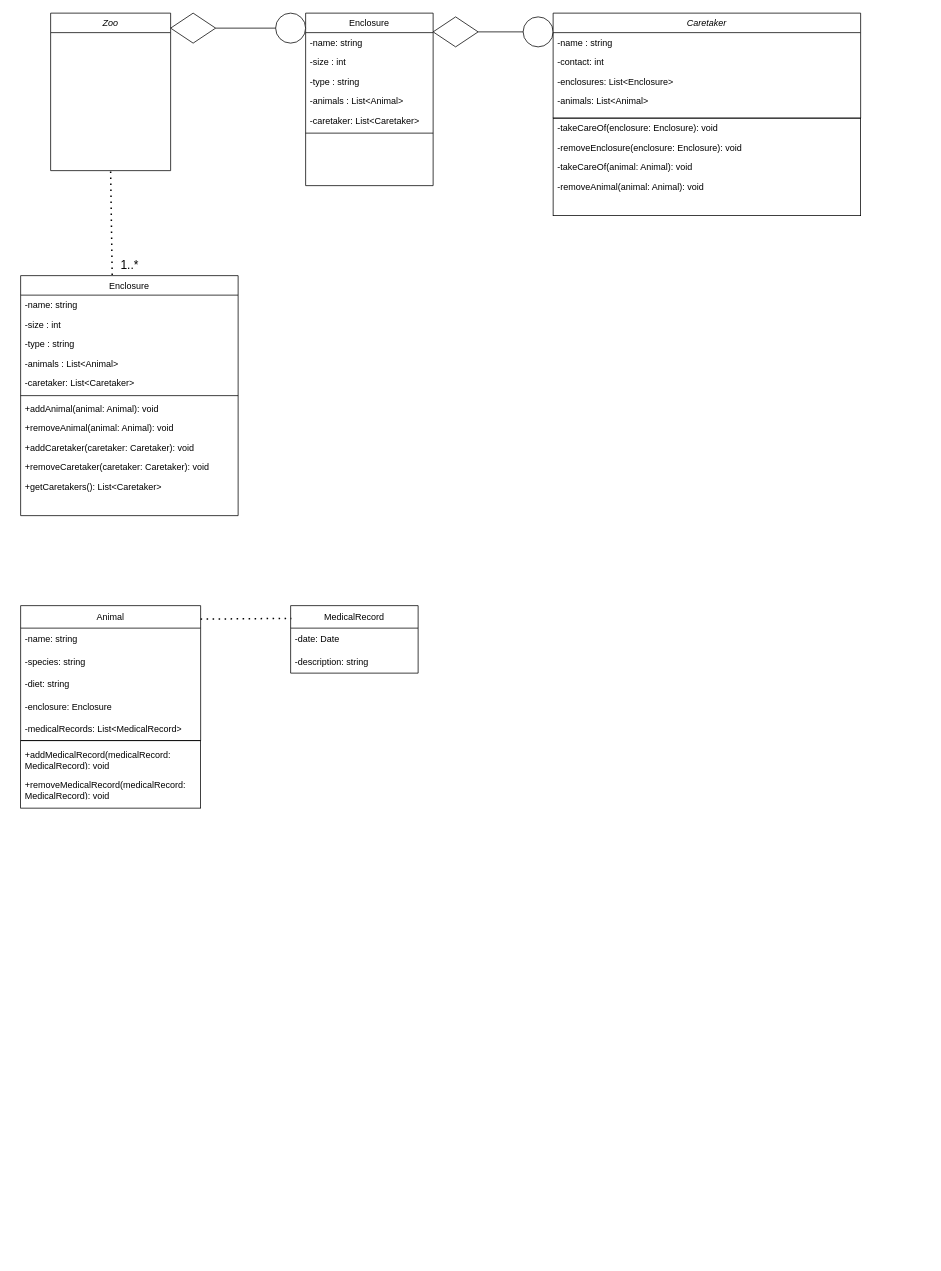
AA961/zoo-managment-oop keeps this draw.io diagram as Untitled Diagram.drawio. Above is the earlier version. Source tidied: cells renumbered, new cells numbered last; positions are measured from the earlier drawing's top-left corner, leaving out a move shared by most shapes. Both pictures are drawn from the tidied source at 75%, with x=0, y=0 at pixel (20, 13).
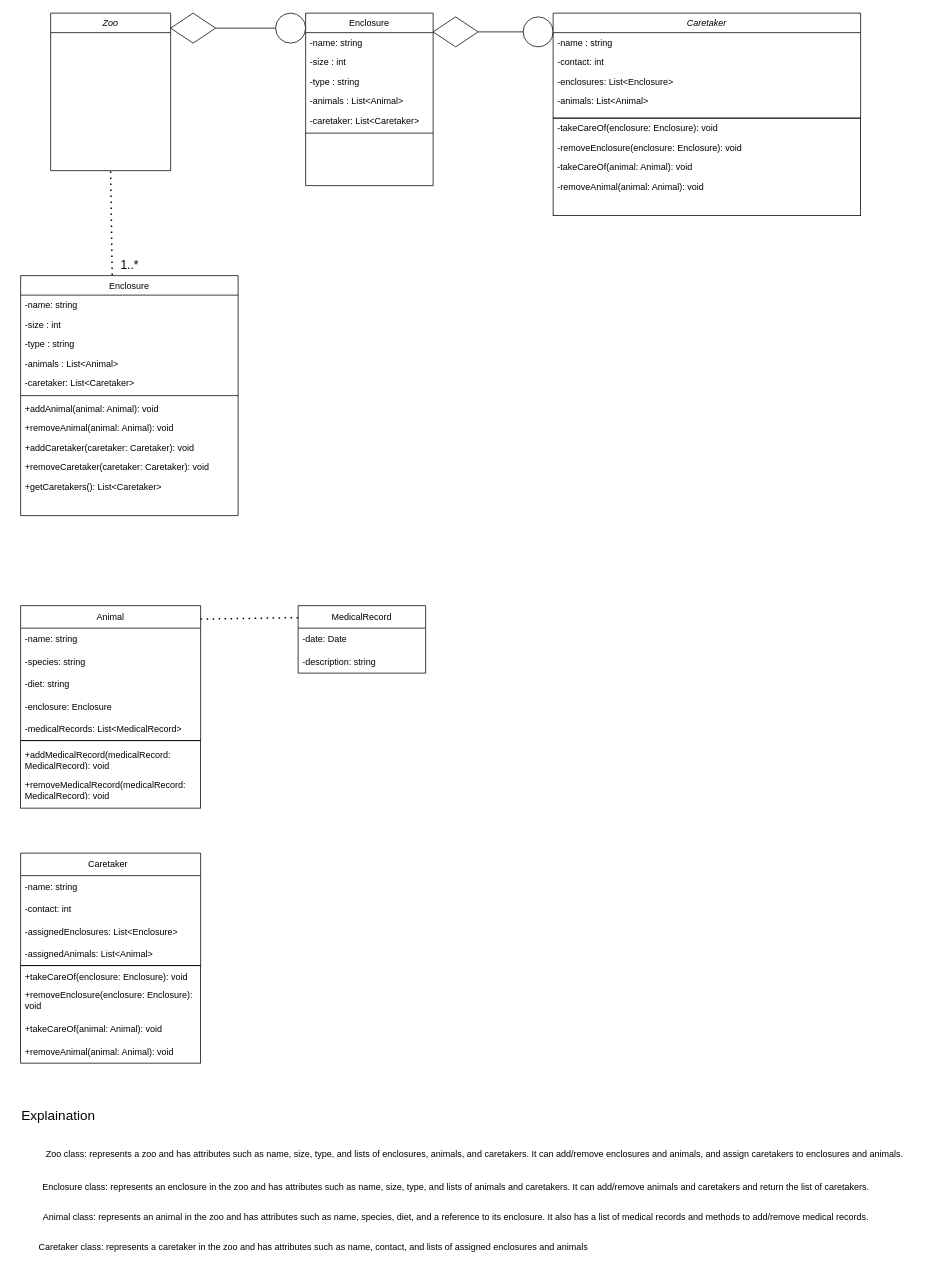
The same page after the edit.

The change refers to these unchanged cells:
```xml
<mxCell id="42" value="Animal" style="swimlane;fontStyle=0;horizontal=1;startSize=30;whiteSpace=wrap;html=1;shadow=0;strokeColor=#000000;fontFamily=Helvetica;fontSize=12;fillColor=none;" parent="1" vertex="1">
  <mxGeometry y="790" width="240" height="180" as="geometry" />
</mxCell>
```

Change to the diagram source:
```diff
@@
-    <mxCell id="48" style="endArrow=none;dashed=1;html=1;dashPattern=1 3;strokeWidth=2;rounded=0;fontFamily=Helvetica;fontSize=12;exitX=1;exitY=0.1;exitDx=0;exitDy=0;entryX=0.006;entryY=0.189;entryDx=0;entryDy=0;exitPerimeter=0;entryPerimeter=0;" parent="1" edge="1" source="42" target="49">
+    <mxCell id="48" style="endArrow=none;dashed=1;html=1;dashPattern=1 3;strokeWidth=2;rounded=0;fontFamily=Helvetica;fontSize=12;exitX=1;exitY=0.1;exitDx=0;exitDy=0;entryX=0.006;entryY=0.178;entryDx=0;entryDy=0;exitPerimeter=0;entryPerimeter=0;" parent="1" edge="1" source="42" target="49">
       <mxGeometry relative="1" as="geometry" />
     </mxCell>
     <mxCell id="49" value="MedicalRecord" style="swimlane;fontStyle=0;horizontal=1;startSize=30;whiteSpace=wrap;html=1;shadow=0;strokeColor=#000000;fontFamily=Helvetica;fontSize=12;fillColor=none;" parent="1" vertex="1">
-      <mxGeometry x="360" y="790" width="170" height="90" as="geometry" />
+      <mxGeometry x="370" y="790" width="170" height="90" as="geometry" />
     </mxCell>
@@
+    <mxCell id="55" value="Caretaker&amp;nbsp;&amp;nbsp; " style="swimlane;fontStyle=0;horizontal=1;startSize=30;whiteSpace=wrap;html=1;shadow=0;strokeColor=#000000;fontFamily=Helvetica;fontSize=12;fillColor=none;" parent="1" vertex="1">
+      <mxGeometry y="1120" width="240" height="150" as="geometry" />
+    </mxCell>
+    <mxCell id="56" value="-name: string" style="text;strokeColor=none;fillColor=none;align=left;verticalAlign=middle;spacingLeft=4;spacingRight=4;overflow=hidden;whiteSpace=wrap;html=1;fontSize=12;fontFamily=Helvetica;" parent="55" vertex="1">
+      <mxGeometry y="30" width="240" height="30" as="geometry" />
+    </mxCell>
+    <mxCell id="57" value="-contact: int" style="text;strokeColor=none;fillColor=none;align=left;verticalAlign=middle;spacingLeft=4;spacingRight=4;overflow=hidden;whiteSpace=wrap;html=1;fontSize=12;fontFamily=Helvetica;" parent="55" vertex="1">
+      <mxGeometry y="60" width="240" height="30" as="geometry" />
+    </mxCell>
+    <mxCell id="58" value="-assignedEnclosures: List&amp;lt;Enclosure&amp;gt;" style="text;strokeColor=none;fillColor=none;align=left;verticalAlign=middle;spacingLeft=4;spacingRight=4;overflow=hidden;whiteSpace=wrap;html=1;fontSize=12;fontFamily=Helvetica;" parent="55" vertex="1">
+      <mxGeometry y="90" width="240" height="30" as="geometry" />
+    </mxCell>
+    <mxCell id="59" value="-assignedAnimals: List&amp;lt;Animal&amp;gt;" style="text;strokeColor=none;fillColor=none;align=left;verticalAlign=middle;spacingLeft=4;spacingRight=4;overflow=hidden;whiteSpace=wrap;html=1;fontSize=12;fontFamily=Helvetica;" parent="55" vertex="1">
+      <mxGeometry y="120" width="240" height="30" as="geometry" />
+    </mxCell>
+    <mxCell id="60" style="rounded=0;whiteSpace=wrap;html=1;shadow=0;strokeColor=#000000;fontFamily=Helvetica;fontSize=12;fillColor=none;" parent="1" vertex="1">
+      <mxGeometry y="1270" width="240" height="130" as="geometry" />
+    </mxCell>
+    <mxCell id="61" value="+takeCareOf(enclosure: Enclosure): void" style="text;strokeColor=none;fillColor=none;align=left;verticalAlign=middle;spacingLeft=4;spacingRight=4;overflow=hidden;whiteSpace=wrap;html=1;fontSize=12;fontFamily=Helvetica;" parent="1" vertex="1">
+      <mxGeometry y="1270" width="240" height="30" as="geometry" />
+    </mxCell>
+    <mxCell id="62" value="+removeEnclosure(enclosure: Enclosure): void" style="text;strokeColor=none;fillColor=none;align=left;verticalAlign=middle;spacingLeft=4;spacingRight=4;overflow=hidden;whiteSpace=wrap;html=1;fontSize=12;fontFamily=Helvetica;" parent="1" vertex="1">
+      <mxGeometry y="1300" width="240" height="30" as="geometry" />
+    </mxCell>
+    <mxCell id="63" value="+takeCareOf(animal: Animal): void" style="text;strokeColor=none;fillColor=none;align=left;verticalAlign=middle;spacingLeft=4;spacingRight=4;overflow=hidden;whiteSpace=wrap;html=1;fontSize=12;fontFamily=Helvetica;" parent="1" vertex="1">
+      <mxGeometry y="1340" width="240" height="30" as="geometry" />
+    </mxCell>
+    <mxCell id="64" value="+removeAnimal(animal: Animal): void" style="text;strokeColor=none;fillColor=none;align=left;verticalAlign=middle;spacingLeft=4;spacingRight=4;overflow=hidden;whiteSpace=wrap;html=1;fontSize=12;fontFamily=Helvetica;" parent="1" vertex="1">
+      <mxGeometry y="1370" width="240" height="30" as="geometry" />
+    </mxCell>
+    <mxCell id="65" value="&lt;font style=&quot;font-size: 12px;&quot;&gt;&lt;font style=&quot;font-size: 18px;&quot;&gt;Explaination&lt;/font&gt;&lt;/font&gt;" style="text;html=1;align=center;verticalAlign=middle;strokeColor=none;fillColor=none;fontSize=18;fontFamily=Helvetica;" parent="1" vertex="1">
+      <mxGeometry x="-10" y="1450" width="120" height="40" as="geometry" />
+    </mxCell>
+    <mxCell id="66" value="&lt;font style=&quot;font-size: 12px;&quot;&gt;Zoo class: represents a zoo and has attributes such as name, size, type, and lists of enclosures, animals, and caretakers. It can add/remove enclosures and animals, and assign caretakers to enclosures and animals.&lt;/font&gt;" style="text;html=1;align=center;verticalAlign=middle;strokeColor=none;fillColor=none;fontSize=18;fontFamily=Helvetica;" parent="1" vertex="1">
+      <mxGeometry y="1500" width="1210" height="40" as="geometry" />
+    </mxCell>
+    <mxCell id="67" value="Enclosure class: represents an enclosure in the zoo and has attributes such as name, size, type, and lists of animals and caretakers. It can add/remove animals and caretakers and return the list of caretakers." style="text;html=1;align=center;verticalAlign=middle;strokeColor=none;fillColor=none;fontSize=12;fontFamily=Helvetica;" parent="1" vertex="1">
+      <mxGeometry y="1550" width="1160" height="30" as="geometry" />
+    </mxCell>
+    <mxCell id="68" value="Animal class: represents an animal in the zoo and has attributes such as name, species, diet, and a reference to its enclosure. It also has a list of medical records and methods to add/remove medical records." style="text;html=1;align=center;verticalAlign=middle;strokeColor=none;fillColor=none;fontSize=12;fontFamily=Helvetica;" parent="1" vertex="1">
+      <mxGeometry y="1590" width="1160" height="30" as="geometry" />
+    </mxCell>
+    <mxCell id="69" value="Caretaker class: represents a caretaker in the zoo and has attributes such as name, contact, and lists of assigned enclosures and animals" style="text;html=1;align=center;verticalAlign=middle;strokeColor=none;fillColor=none;fontSize=12;fontFamily=Helvetica;" parent="1" vertex="1">
+      <mxGeometry y="1630" width="780" height="30" as="geometry" />
+    </mxCell>
```
